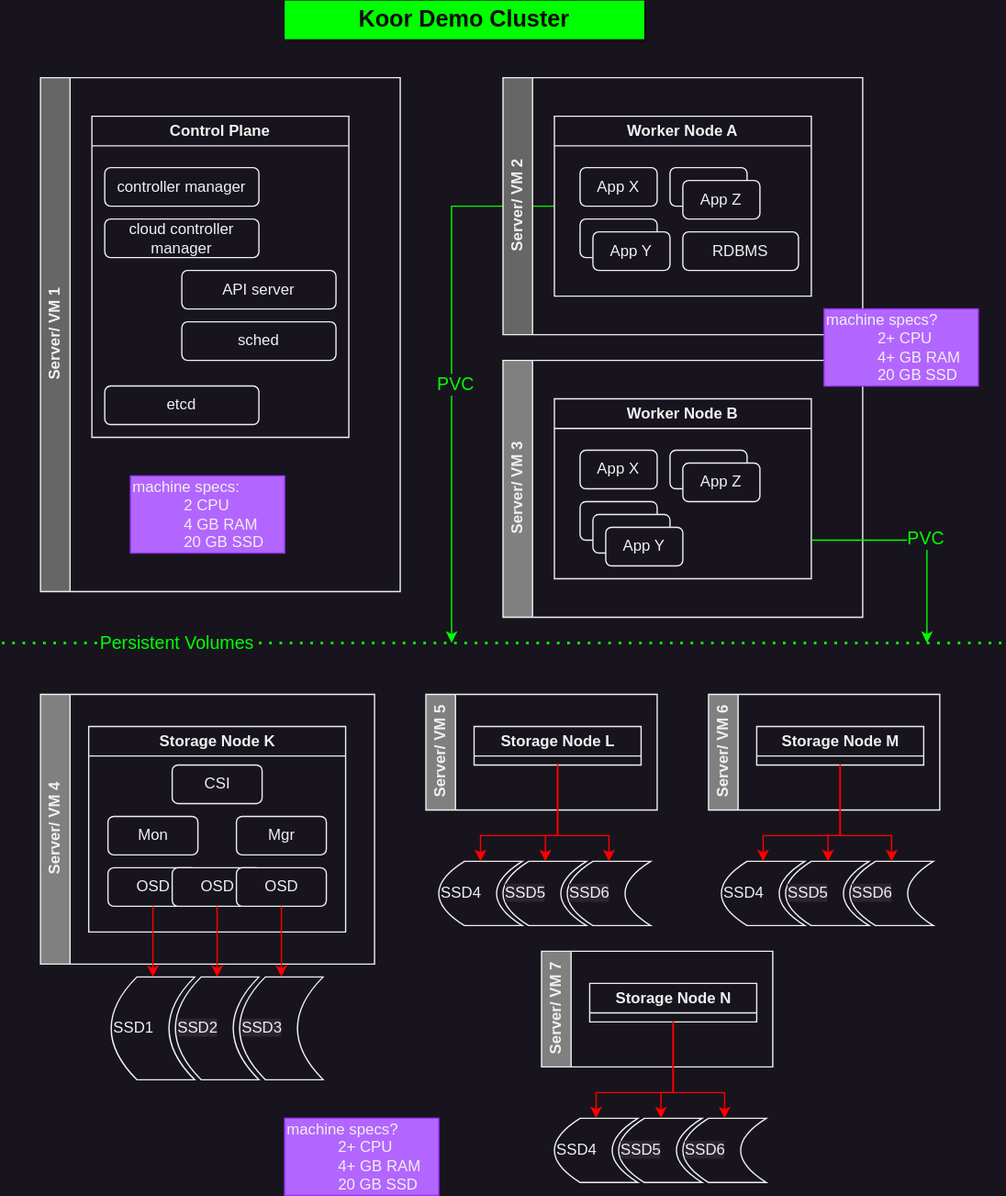
koor-tech/handbook-redux keeps this draw.io diagram as docs/development/demo/demo-system-design.drawio.svg. Above is the earlier version. Source tidied: cells renumbered, new cells last; positions are measured from the earlier drawing's top-left corner, leaving out a move shared by most shapes.
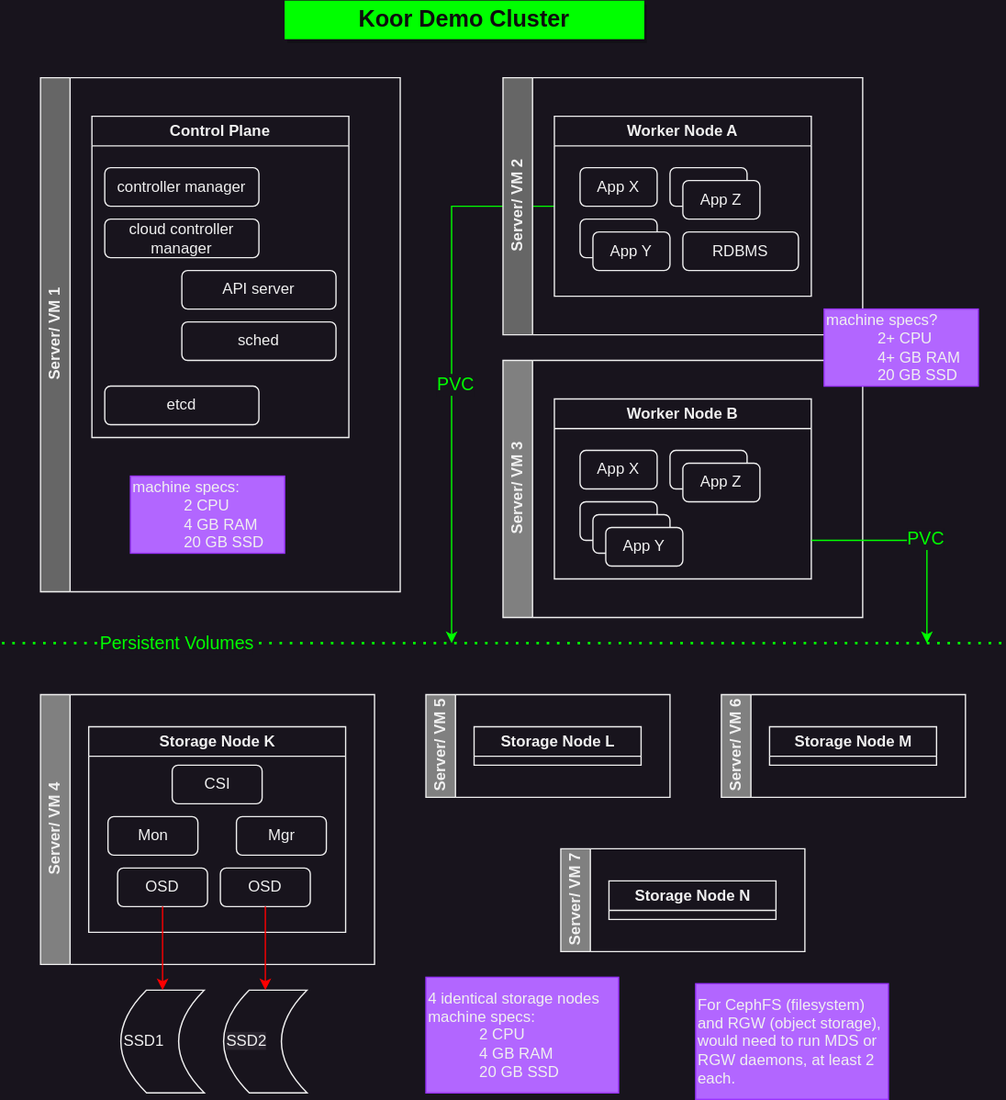
After the commit.

Commit message:
docs: clean up and update diagram

The edit, as a diff of the source:
```diff
@@ -3,7 +3,7 @@
     <mxCell id="0" />
     <mxCell id="1" parent="0" />
     <mxCell id="2" value="Server/ VM 5" style="swimlane;horizontal=0;whiteSpace=wrap;html=1;fillColor=#808080;" parent="1" vertex="1">
-      <mxGeometry x="330" y="540" width="180" height="90" as="geometry" />
+      <mxGeometry x="330" y="540" width="190" height="80" as="geometry" />
     </mxCell>
     <mxCell id="3" value="Storage Node L" style="swimlane;whiteSpace=wrap;html=1;" parent="2" vertex="1" collapsed="1">
       <mxGeometry x="37.5" y="25" width="130" height="30" as="geometry" />
@@ -107,41 +107,23 @@
       <mxGeometry x="65" y="30" width="70" height="30" as="geometry" />
     </mxCell>
     <mxCell id="35" value="OSD" style="rounded=1;whiteSpace=wrap;html=1;" parent="31" vertex="1">
-      <mxGeometry x="15" y="110" width="70" height="30" as="geometry" />
+      <mxGeometry x="22.5" y="110" width="70" height="30" as="geometry" />
     </mxCell>
     <mxCell id="36" value="OSD" style="rounded=1;whiteSpace=wrap;html=1;" parent="31" vertex="1">
-      <mxGeometry x="65" y="110" width="70" height="30" as="geometry" />
+      <mxGeometry x="102.5" y="110" width="70" height="30" as="geometry" />
     </mxCell>
-    <mxCell id="37" value="OSD" style="rounded=1;whiteSpace=wrap;html=1;" parent="31" vertex="1">
-      <mxGeometry x="115" y="110" width="70" height="30" as="geometry" />
-    </mxCell>
     <mxCell id="38" value="SSD1" style="shape=dataStorage;whiteSpace=wrap;html=1;fixedSize=1;align=left;" parent="1" vertex="1">
-      <mxGeometry x="85" y="760" width="65" height="80" as="geometry" />
+      <mxGeometry x="92.5" y="770" width="65" height="80" as="geometry" />
     </mxCell>
     <mxCell id="39" value="&lt;span style=&quot;color: rgb(240, 240, 240); font-family: Helvetica; font-size: 12px; font-style: normal; font-variant-ligatures: normal; font-variant-caps: normal; font-weight: 400; letter-spacing: normal; orphans: 2; text-indent: 0px; text-transform: none; widows: 2; word-spacing: 0px; -webkit-text-stroke-width: 0px; background-color: rgb(42, 37, 47); text-decoration-thickness: initial; text-decoration-style: initial; text-decoration-color: initial; float: none; display: inline !important;&quot;&gt;SSD2&lt;/span&gt;" style="shape=dataStorage;whiteSpace=wrap;html=1;fixedSize=1;align=left;" parent="1" vertex="1">
-      <mxGeometry x="135" y="760" width="65" height="80" as="geometry" />
+      <mxGeometry x="172.5" y="770" width="65" height="80" as="geometry" />
     </mxCell>
-    <mxCell id="40" value="&lt;span style=&quot;color: rgb(240, 240, 240); font-family: Helvetica; font-size: 12px; font-style: normal; font-variant-ligatures: normal; font-variant-caps: normal; font-weight: 400; letter-spacing: normal; orphans: 2; text-indent: 0px; text-transform: none; widows: 2; word-spacing: 0px; -webkit-text-stroke-width: 0px; background-color: rgb(42, 37, 47); text-decoration-thickness: initial; text-decoration-style: initial; text-decoration-color: initial; float: none; display: inline !important;&quot;&gt;SSD3&lt;/span&gt;" style="shape=dataStorage;whiteSpace=wrap;html=1;fixedSize=1;align=left;" parent="1" vertex="1">
-      <mxGeometry x="185" y="760" width="65" height="80" as="geometry" />
-    </mxCell>
     <mxCell id="41" style="edgeStyle=orthogonalEdgeStyle;rounded=0;jettySize=auto;html=1;exitX=0.5;exitY=1;exitDx=0;exitDy=0;entryX=0.5;entryY=0;entryDx=0;entryDy=0;strokeColor=#FF0000;" parent="1" edge="1" source="35" target="38">
       <mxGeometry relative="1" as="geometry" />
     </mxCell>
     <mxCell id="42" style="edgeStyle=orthogonalEdgeStyle;rounded=0;jettySize=auto;html=1;exitX=0.5;exitY=1;exitDx=0;exitDy=0;strokeColor=#FF0000;" parent="1" edge="1" source="36" target="39">
       <mxGeometry relative="1" as="geometry" />
     </mxCell>
-    <mxCell id="43" style="edgeStyle=orthogonalEdgeStyle;rounded=0;jettySize=auto;html=1;exitX=0.5;exitY=1;exitDx=0;exitDy=0;entryX=0.5;entryY=0;entryDx=0;entryDy=0;strokeColor=#FF0000;" parent="1" edge="1" source="37" target="40">
-      <mxGeometry relative="1" as="geometry" />
-    </mxCell>
-    <mxCell id="44" value="SSD4" style="shape=dataStorage;whiteSpace=wrap;html=1;fixedSize=1;align=left;" parent="1" vertex="1">
-      <mxGeometry x="340" y="670" width="65" height="50" as="geometry" />
-    </mxCell>
-    <mxCell id="45" value="&lt;span style=&quot;color: rgb(240, 240, 240); font-family: Helvetica; font-size: 12px; font-style: normal; font-variant-ligatures: normal; font-variant-caps: normal; font-weight: 400; letter-spacing: normal; orphans: 2; text-indent: 0px; text-transform: none; widows: 2; word-spacing: 0px; -webkit-text-stroke-width: 0px; background-color: rgb(42, 37, 47); text-decoration-thickness: initial; text-decoration-style: initial; text-decoration-color: initial; float: none; display: inline !important;&quot;&gt;SSD5&lt;/span&gt;" style="shape=dataStorage;whiteSpace=wrap;html=1;fixedSize=1;align=left;" parent="1" vertex="1">
-      <mxGeometry x="390" y="670" width="65" height="50" as="geometry" />
-    </mxCell>
-    <mxCell id="46" value="&lt;span style=&quot;color: rgb(240, 240, 240); font-family: Helvetica; font-size: 12px; font-style: normal; font-variant-ligatures: normal; font-variant-caps: normal; font-weight: 400; letter-spacing: normal; orphans: 2; text-indent: 0px; text-transform: none; widows: 2; word-spacing: 0px; -webkit-text-stroke-width: 0px; background-color: rgb(42, 37, 47); text-decoration-thickness: initial; text-decoration-style: initial; text-decoration-color: initial; float: none; display: inline !important;&quot;&gt;SSD6&lt;/span&gt;" style="shape=dataStorage;whiteSpace=wrap;html=1;fixedSize=1;align=left;" parent="1" vertex="1">
-      <mxGeometry x="440" y="670" width="65" height="50" as="geometry" />
-    </mxCell>
     <mxCell id="47" value="&lt;font color=&quot;#0d0d0d&quot; style=&quot;font-size: 18px;&quot;&gt;&lt;b&gt;Koor Demo Cluster&lt;/b&gt;&lt;/font&gt;" style="text;strokeColor=none;align=center;fillColor=#00FF00;html=1;verticalAlign=middle;whiteSpace=wrap;rounded=0;shadow=1;" parent="1" vertex="1">
       <mxGeometry x="220" width="280" height="30" as="geometry" />
     </mxCell>
@@ -171,44 +153,23 @@
     <mxCell id="52" value="&lt;font color=&quot;#00ff00&quot; style=&quot;font-size: 14px;&quot;&gt;PVC&lt;/font&gt;" style="edgeLabel;html=1;align=center;verticalAlign=middle;fontSize=14;" parent="51" vertex="1">
       <mxGeometry x="0.04" y="2" relative="1" as="geometry" />
     </mxCell>
-    <mxCell id="53" style="group;" parent="1" vertex="1">
-      <mxGeometry x="550" y="540" width="180" height="180" as="geometry" />
-    </mxCell>
+    <mxCell id="65" value="4 identical storage nodes&lt;br&gt;machine specs:&lt;br&gt;&lt;blockquote style=&quot;margin: 0 0 0 40px; border: none; padding: 0px;&quot;&gt;&lt;/blockquote&gt;&lt;blockquote style=&quot;margin: 0 0 0 40px; border: none; padding: 0px;&quot;&gt;&lt;span style=&quot;background-color: initial;&quot;&gt;2 CPU&lt;br&gt;&lt;/span&gt;&lt;span style=&quot;background-color: initial;&quot;&gt;4 GB RAM&lt;br&gt;&lt;/span&gt;20 GB SSD&lt;/blockquote&gt;&lt;blockquote style=&quot;margin: 0 0 0 40px; border: none; padding: 0px;&quot;&gt;&lt;/blockquote&gt;" style="text;strokeColor=#9933FF;align=left;fillColor=#B266FF;html=1;verticalAlign=middle;whiteSpace=wrap;rounded=0;" parent="1" vertex="1">
+      <mxGeometry x="330" y="760" width="150" height="90" as="geometry" />
+    </mxCell>
-    <mxCell id="54" value="Server/ VM 6" style="swimlane;horizontal=0;whiteSpace=wrap;html=1;fillColor=#808080;" parent="53" vertex="1">
-      <mxGeometry width="180" height="90" as="geometry" />
+    <mxCell id="54" value="Server/ VM 6" style="swimlane;horizontal=0;whiteSpace=wrap;html=1;fillColor=#808080;" parent="1" vertex="1">
+      <mxGeometry x="560" y="540" width="190" height="80" as="geometry" />
     </mxCell>
     <mxCell id="55" value="Storage Node M" style="swimlane;whiteSpace=wrap;html=1;" parent="54" vertex="1" collapsed="1">
       <mxGeometry x="37.5" y="25" width="130" height="30" as="geometry" />
     </mxCell>
-    <mxCell id="56" value="SSD4" style="shape=dataStorage;whiteSpace=wrap;html=1;fixedSize=1;align=left;" parent="53" vertex="1">
-      <mxGeometry x="10" y="130" width="65" height="50" as="geometry" />
-    </mxCell>
-    <mxCell id="57" value="&lt;span style=&quot;color: rgb(240, 240, 240); font-family: Helvetica; font-size: 12px; font-style: normal; font-variant-ligatures: normal; font-variant-caps: normal; font-weight: 400; letter-spacing: normal; orphans: 2; text-indent: 0px; text-transform: none; widows: 2; word-spacing: 0px; -webkit-text-stroke-width: 0px; background-color: rgb(42, 37, 47); text-decoration-thickness: initial; text-decoration-style: initial; text-decoration-color: initial; float: none; display: inline !important;&quot;&gt;SSD5&lt;/span&gt;" style="shape=dataStorage;whiteSpace=wrap;html=1;fixedSize=1;align=left;" parent="53" vertex="1">
-      <mxGeometry x="60" y="130" width="65" height="50" as="geometry" />
-    </mxCell>
-    <mxCell id="58" value="&lt;span style=&quot;color: rgb(240, 240, 240); font-family: Helvetica; font-size: 12px; font-style: normal; font-variant-ligatures: normal; font-variant-caps: normal; font-weight: 400; letter-spacing: normal; orphans: 2; text-indent: 0px; text-transform: none; widows: 2; word-spacing: 0px; -webkit-text-stroke-width: 0px; background-color: rgb(42, 37, 47); text-decoration-thickness: initial; text-decoration-style: initial; text-decoration-color: initial; float: none; display: inline !important;&quot;&gt;SSD6&lt;/span&gt;" style="shape=dataStorage;whiteSpace=wrap;html=1;fixedSize=1;align=left;" parent="53" vertex="1">
-      <mxGeometry x="110" y="130" width="65" height="50" as="geometry" />
-    </mxCell>
-    <mxCell id="59" style="group;" parent="1" vertex="1">
-      <mxGeometry x="420" y="740" width="180" height="180" as="geometry" />
-    </mxCell>
-    <mxCell id="60" value="Server/ VM 7" style="swimlane;horizontal=0;whiteSpace=wrap;html=1;fillColor=#808080;" parent="59" vertex="1">
-      <mxGeometry width="180" height="90" as="geometry" />
+    <mxCell id="60" value="Server/ VM 7" style="swimlane;horizontal=0;whiteSpace=wrap;html=1;fillColor=#808080;" parent="1" vertex="1">
+      <mxGeometry x="435" y="660" width="190" height="80" as="geometry" />
     </mxCell>
     <mxCell id="61" value="Storage Node N" style="swimlane;whiteSpace=wrap;html=1;" parent="60" vertex="1" collapsed="1">
       <mxGeometry x="37.5" y="25" width="130" height="30" as="geometry" />
     </mxCell>
-    <mxCell id="62" value="SSD4" style="shape=dataStorage;whiteSpace=wrap;html=1;fixedSize=1;align=left;" parent="59" vertex="1">
-      <mxGeometry x="10" y="130" width="65" height="50" as="geometry" />
-    </mxCell>
-    <mxCell id="63" value="&lt;span style=&quot;color: rgb(240, 240, 240); font-family: Helvetica; font-size: 12px; font-style: normal; font-variant-ligatures: normal; font-variant-caps: normal; font-weight: 400; letter-spacing: normal; orphans: 2; text-indent: 0px; text-transform: none; widows: 2; word-spacing: 0px; -webkit-text-stroke-width: 0px; background-color: rgb(42, 37, 47); text-decoration-thickness: initial; text-decoration-style: initial; text-decoration-color: initial; float: none; display: inline !important;&quot;&gt;SSD5&lt;/span&gt;" style="shape=dataStorage;whiteSpace=wrap;html=1;fixedSize=1;align=left;" parent="59" vertex="1">
-      <mxGeometry x="60" y="130" width="65" height="50" as="geometry" />
-    </mxCell>
-    <mxCell id="64" value="&lt;span style=&quot;color: rgb(240, 240, 240); font-family: Helvetica; font-size: 12px; font-style: normal; font-variant-ligatures: normal; font-variant-caps: normal; font-weight: 400; letter-spacing: normal; orphans: 2; text-indent: 0px; text-transform: none; widows: 2; word-spacing: 0px; -webkit-text-stroke-width: 0px; background-color: rgb(42, 37, 47); text-decoration-thickness: initial; text-decoration-style: initial; text-decoration-color: initial; float: none; display: inline !important;&quot;&gt;SSD6&lt;/span&gt;" style="shape=dataStorage;whiteSpace=wrap;html=1;fixedSize=1;align=left;" parent="59" vertex="1">
-      <mxGeometry x="110" y="130" width="65" height="50" as="geometry" />
-    </mxCell>
-    <mxCell id="65" value="machine specs?&lt;br&gt;&lt;blockquote style=&quot;margin: 0 0 0 40px; border: none; padding: 0px;&quot;&gt;&lt;/blockquote&gt;&lt;blockquote style=&quot;margin: 0 0 0 40px; border: none; padding: 0px;&quot;&gt;&lt;span style=&quot;background-color: initial;&quot;&gt;2+ CPU&lt;br&gt;&lt;/span&gt;&lt;span style=&quot;background-color: initial;&quot;&gt;4+ GB RAM&lt;br&gt;&lt;/span&gt;20 GB SSD&lt;/blockquote&gt;&lt;blockquote style=&quot;margin: 0 0 0 40px; border: none; padding: 0px;&quot;&gt;&lt;/blockquote&gt;" style="text;strokeColor=#9933FF;align=left;fillColor=#B266FF;html=1;verticalAlign=middle;whiteSpace=wrap;rounded=0;" parent="1" vertex="1">
-      <mxGeometry x="220" y="870" width="120" height="60" as="geometry" />
-    </mxCell>
+    <mxCell id="66" value="For CephFS (filesystem) and RGW (object storage), would need to run MDS or RGW daemons, at least 2 each.&lt;br&gt;&lt;blockquote style=&quot;margin: 0 0 0 40px; border: none; padding: 0px;&quot;&gt;&lt;/blockquote&gt;" style="text;strokeColor=#9933FF;align=left;fillColor=#B266FF;html=1;verticalAlign=middle;whiteSpace=wrap;rounded=0;" parent="1" vertex="1">
+      <mxGeometry x="540" y="765" width="150" height="90" as="geometry" />
+    </mxCell>
   </root>
 </mxGraphModel>
```
